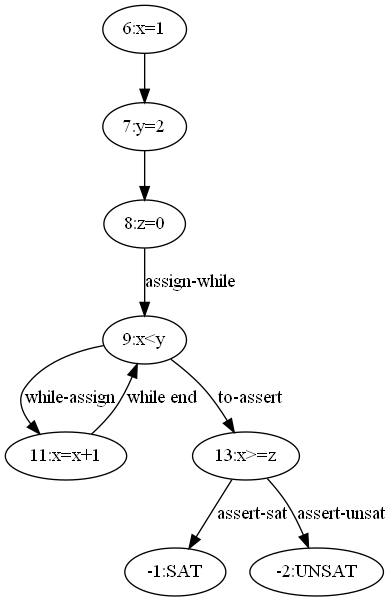
This is CFA/Loop_sat.gv.png from VerifyStudy/CChecker, a Graphviz export, as it was before one commit. Its source is kept beside it as CFA/Loop_sat.gv. Its diagram source:
```dot
digraph CFA {
	6 -> 7 [label=""]
	7 -> 8 [label=""]
	9 -> 11 [label="while-assign"]
	11 -> 9 [label="while end"]
	9 [label="9:x<y"]
	8 -> 9 [label="assign-while"]
	13 -> -1 [label="assert-sat"]
	13 -> -2 [label="assert-unsat"]
	9 -> 13 [label="to-assert"]
	6 [label="6:x=1"]
	7 [label="7:y=2"]
	8 [label="8:z=0"]
	9 [label="9:x<y"]
	11 [label="11:x=x+1"]
	13 [label="13:x>=z"]
	-1 [label="-1:SAT"]
	-2 [label="-2:UNSAT"]
}
```
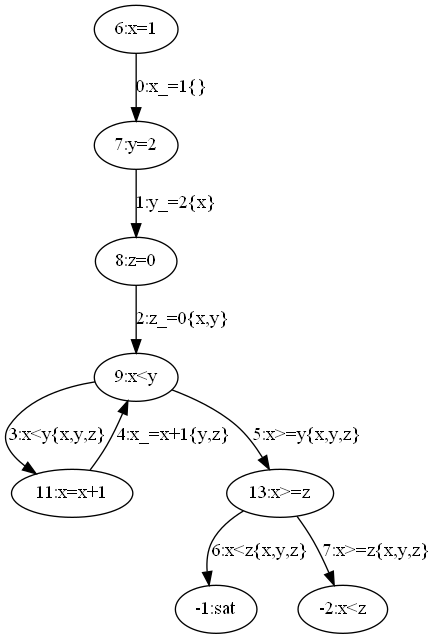
After the change.

Change to the diagram source:
```diff
@@ -1,19 +1,18 @@
 digraph CFA {
-	6 -> 7 [label=""]
-	7 -> 8 [label=""]
-	9 -> 11 [label="while-assign"]
-	11 -> 9 [label="while end"]
-	9 [label="9:x<y"]
-	8 -> 9 [label="assign-while"]
-	13 -> -1 [label="assert-sat"]
-	13 -> -2 [label="assert-unsat"]
-	9 -> 13 [label="to-assert"]
 	6 [label="6:x=1"]
 	7 [label="7:y=2"]
 	8 [label="8:z=0"]
 	9 [label="9:x<y"]
 	11 [label="11:x=x+1"]
 	13 [label="13:x>=z"]
-	-1 [label="-1:SAT"]
-	-2 [label="-2:UNSAT"]
+	-1 [label="-1:sat"]
+	-2 [label="-2:x<z"]
+	6 -> 7 [label="0:x_=1{}"]
+	7 -> 8 [label="1:y_=2{x}"]
+	8 -> 9 [label="2:z_=0{x,y}"]
+	9 -> 11 [label="3:x<y{x,y,z}"]
+	11 -> 9 [label="4:x_=x+1{y,z}"]
+	9 -> 13 [label="5:x>=y{x,y,z}"]
+	13 -> -1 [label="6:x<z{x,y,z}"]
+	13 -> -2 [label="7:x>=z{x,y,z}"]
 }
```
